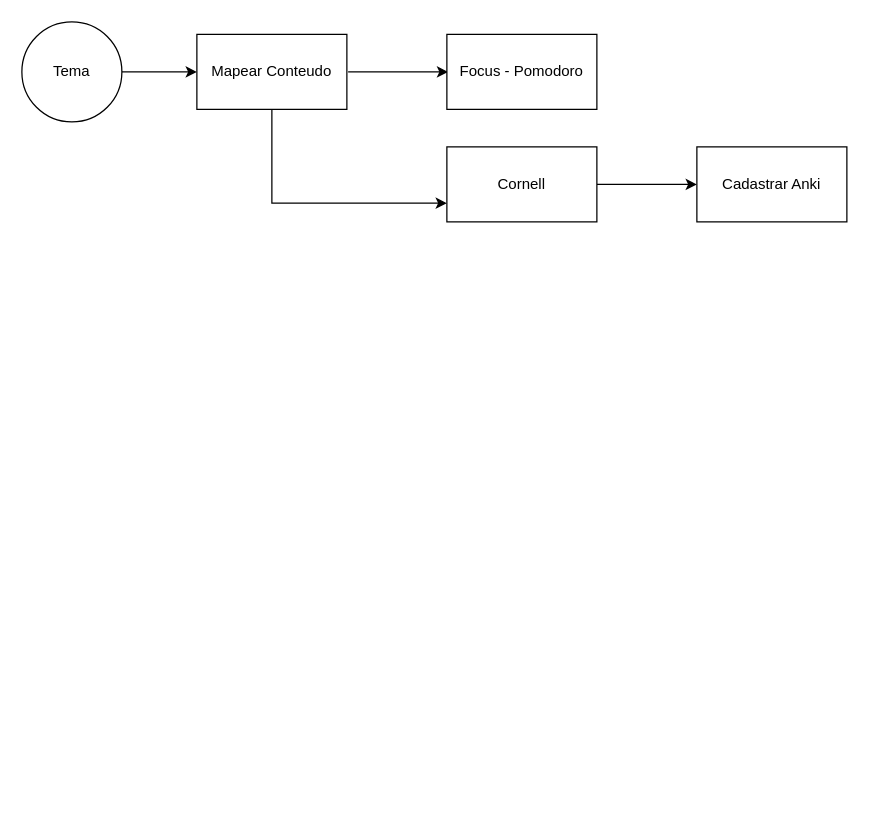
Earlier version of the draw.io diagram Diagrama sem nome.drawio (Milhousepaulojean/MiscellaneousStudies). Source tidied: cells renumbered, new cells numbered last; positions are measured from the earlier drawing's top-left corner, leaving out a move shared by most shapes. Both pictures are drawn from the tidied source at 125%, with x=0, y=0 at pixel (21, 21).
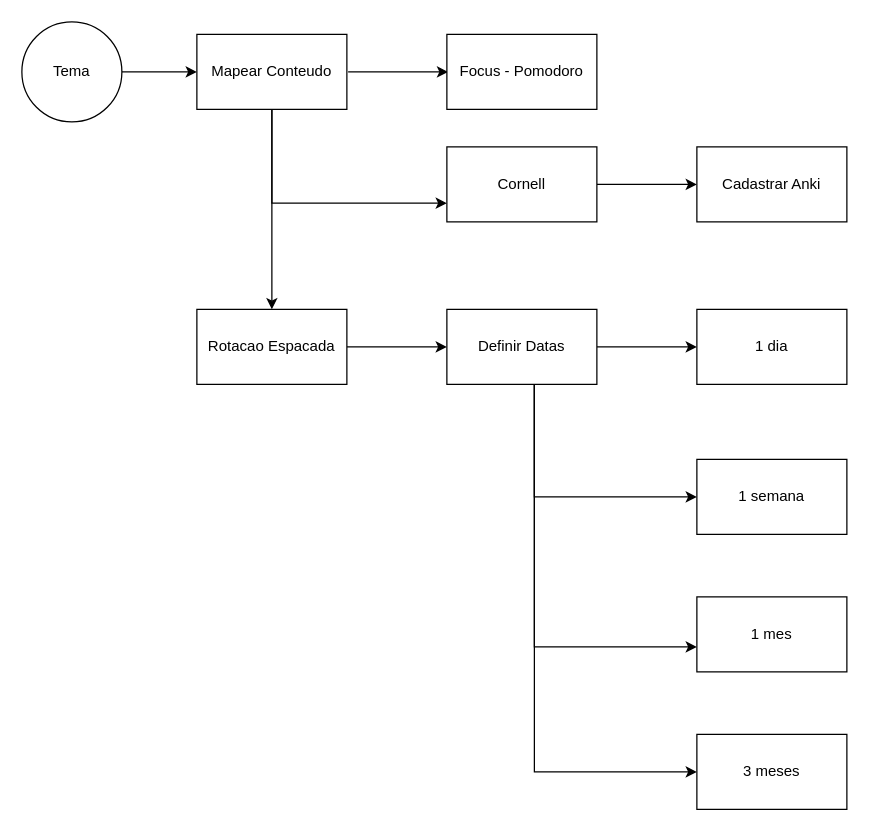
The same page after the edit.

Unchanged cells that the change refers to:
```xml
<mxCell id="6" value="Mapear Conteudo" style="whiteSpace=wrap;html=1;" parent="1" vertex="1">
  <mxGeometry x="140" y="10" width="120" height="60" as="geometry" />
</mxCell>
```

What changed in the source:
```diff
@@
+    <mxCell id="11" style="edgeStyle=orthogonalEdgeStyle;rounded=0;jettySize=auto;html=1;entryX=0.5;entryY=0;entryDx=0;entryDy=0;" parent="1" edge="1" source="6" target="13">
+      <mxGeometry relative="1" as="geometry" />
+    </mxCell>
@@
+    <mxCell id="12" style="edgeStyle=orthogonalEdgeStyle;rounded=0;jettySize=auto;html=1;" parent="1" edge="1" source="13" target="18">
+      <mxGeometry relative="1" as="geometry" />
+    </mxCell>
+    <mxCell id="13" value="Rotacao Espacada" style="whiteSpace=wrap;html=1;" parent="1" vertex="1">
+      <mxGeometry x="140" y="230" width="120" height="60" as="geometry" />
+    </mxCell>
+    <mxCell id="14" style="edgeStyle=orthogonalEdgeStyle;rounded=0;jettySize=auto;html=1;" parent="1" edge="1" source="18" target="19">
+      <mxGeometry relative="1" as="geometry" />
+    </mxCell>
+    <mxCell id="15" style="edgeStyle=orthogonalEdgeStyle;rounded=0;jettySize=auto;html=1;" parent="1" edge="1" source="18" target="20">
+      <mxGeometry relative="1" as="geometry">
+        <Array as="points">
+          <mxPoint x="410" y="380" />
+        </Array>
+      </mxGeometry>
+    </mxCell>
+    <mxCell id="16" style="edgeStyle=orthogonalEdgeStyle;rounded=0;jettySize=auto;html=1;" parent="1" edge="1" source="18" target="21">
+      <mxGeometry relative="1" as="geometry">
+        <Array as="points">
+          <mxPoint x="410" y="500" />
+        </Array>
+      </mxGeometry>
+    </mxCell>
+    <mxCell id="17" style="edgeStyle=orthogonalEdgeStyle;rounded=0;jettySize=auto;html=1;" parent="1" edge="1" source="18" target="22">
+      <mxGeometry relative="1" as="geometry">
+        <Array as="points">
+          <mxPoint x="410" y="600" />
+        </Array>
+      </mxGeometry>
+    </mxCell>
+    <mxCell id="18" value="Definir Datas" style="whiteSpace=wrap;html=1;" parent="1" vertex="1">
+      <mxGeometry x="340" y="230" width="120" height="60" as="geometry" />
+    </mxCell>
+    <mxCell id="19" value="1 dia" style="whiteSpace=wrap;html=1;" parent="1" vertex="1">
+      <mxGeometry x="540" y="230" width="120" height="60" as="geometry" />
+    </mxCell>
+    <mxCell id="20" value="1 semana" style="whiteSpace=wrap;html=1;" parent="1" vertex="1">
+      <mxGeometry x="540" y="350" width="120" height="60" as="geometry" />
+    </mxCell>
+    <mxCell id="21" value="1 mes" style="whiteSpace=wrap;html=1;" parent="1" vertex="1">
+      <mxGeometry x="540" y="460" width="120" height="60" as="geometry" />
+    </mxCell>
+    <mxCell id="22" value="3 meses" style="whiteSpace=wrap;html=1;" parent="1" vertex="1">
+      <mxGeometry x="540" y="570" width="120" height="60" as="geometry" />
+    </mxCell>
```
